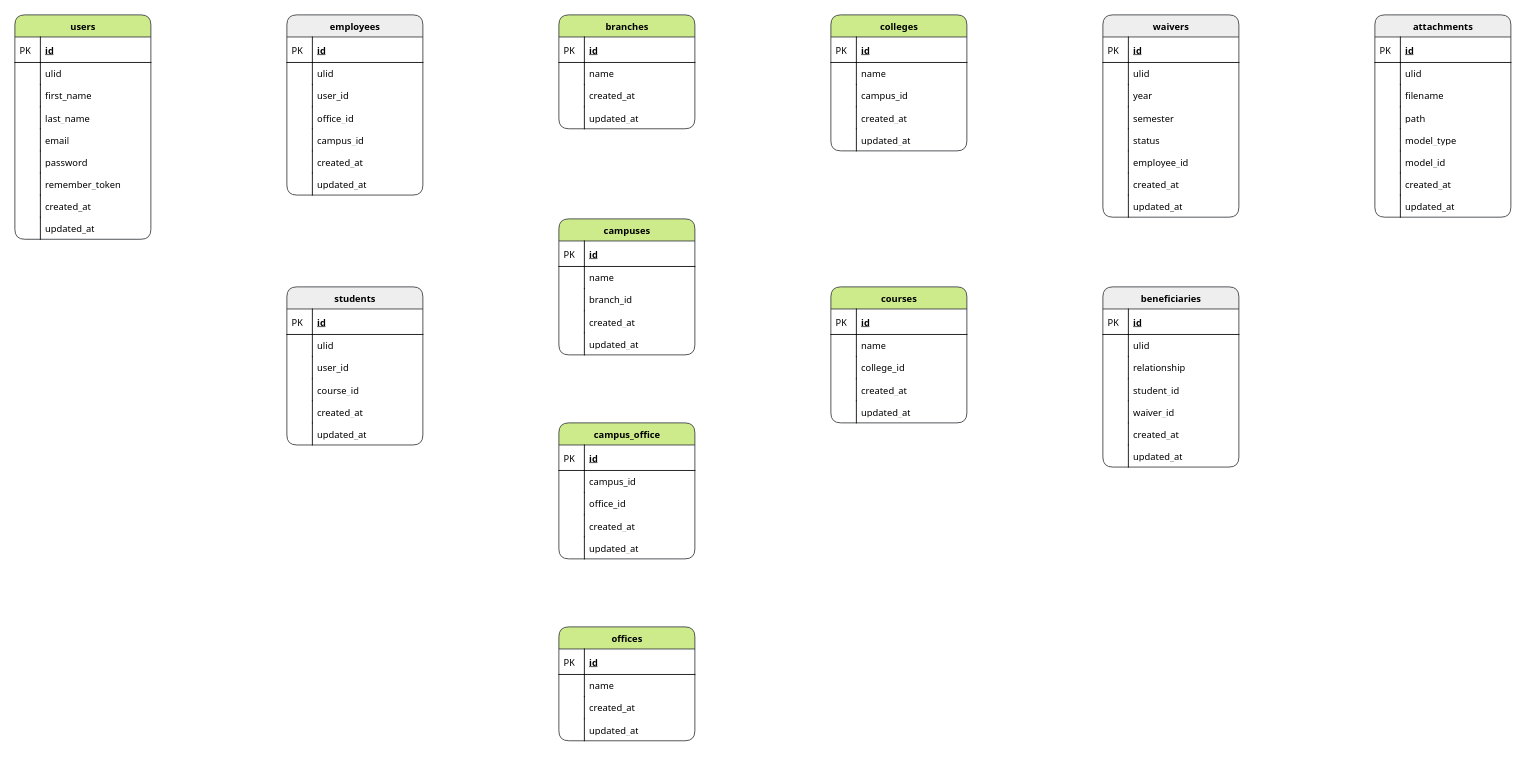
Above: database/schema.drawio in ericamigo/um-vilt (draw.io), before the change. Source tidied: cells renumbered, new cells numbered last; positions are measured from the earlier drawing's top-left corner, leaving out a move shared by most shapes. Both pictures are drawn from the tidied source at 85%, with x=0, y=0 at pixel (14, 14).
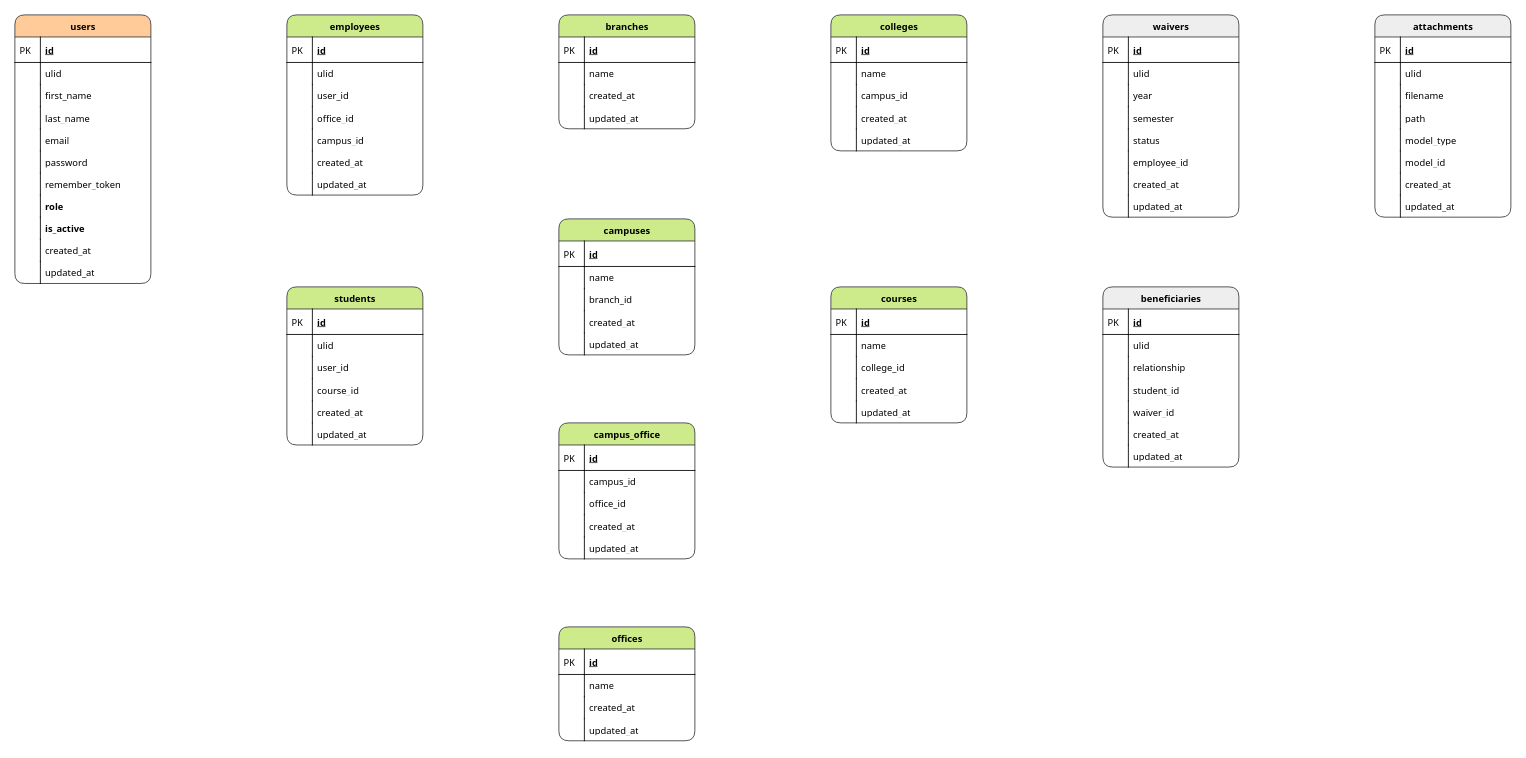
Above is the later version.

What changed in the source:
```diff
@@
-    <mxCell id="2" value="users" style="swimlane;html=1;fontStyle=1;horizontal=1;startSize=26;fillColor=#cdeb8b;swimlaneFillColor=#ffffff;align=center;rounded=1;shadow=0;comic=0;labelBackgroundColor=none;strokeWidth=1;fontFamily=Tahoma;fontSize=11;strokeColor=#36393d;" parent="1" vertex="1">
-      <mxGeometry width="160" height="264" as="geometry" />
+    <mxCell id="2" value="users" style="swimlane;html=1;fontStyle=1;horizontal=1;startSize=26;fillColor=#ffcc99;swimlaneFillColor=#ffffff;align=center;rounded=1;shadow=0;comic=0;labelBackgroundColor=none;strokeWidth=1;fontFamily=Tahoma;fontSize=11;strokeColor=#36393d;" parent="1" vertex="1">
+      <mxGeometry width="160" height="316" as="geometry" />
     </mxCell>
@@
+    <mxCell id="160" value="role" style="shape=partialRectangle;top=0;left=0;right=0;bottom=0;html=1;align=left;verticalAlign=top;fillColor=none;spacingLeft=34;spacingRight=4;whiteSpace=wrap;overflow=hidden;fontFamily=Tahoma;fontSize=11;fontStyle=1;" parent="2" vertex="1">
+      <mxGeometry y="212" width="160" height="26" as="geometry" />
+    </mxCell>
+    <mxCell id="161" style="shape=partialRectangle;top=0;left=0;bottom=0;html=1;fillColor=none;align=left;verticalAlign=top;spacingLeft=4;spacingRight=4;whiteSpace=wrap;overflow=hidden;fontFamily=Tahoma;fontSize=11;" parent="160" vertex="1">
+      <mxGeometry width="30" height="26" as="geometry" />
+    </mxCell>
+    <mxCell id="162" value="is_active" style="shape=partialRectangle;top=0;left=0;right=0;bottom=0;html=1;align=left;verticalAlign=top;fillColor=none;spacingLeft=34;spacingRight=4;whiteSpace=wrap;overflow=hidden;fontFamily=Tahoma;fontSize=11;fontStyle=1;" parent="2" vertex="1">
+      <mxGeometry y="238" width="160" height="26" as="geometry" />
+    </mxCell>
+    <mxCell id="163" style="shape=partialRectangle;top=0;left=0;bottom=0;html=1;fillColor=none;align=left;verticalAlign=top;spacingLeft=4;spacingRight=4;whiteSpace=wrap;overflow=hidden;fontFamily=Tahoma;fontSize=11;" parent="162" vertex="1">
+      <mxGeometry width="30" height="26" as="geometry" />
+    </mxCell>
     <mxCell id="17" value="created_at" style="shape=partialRectangle;top=0;left=0;right=0;bottom=0;html=1;align=left;verticalAlign=top;fillColor=none;spacingLeft=34;spacingRight=4;whiteSpace=wrap;overflow=hidden;fontFamily=Tahoma;fontSize=11;" parent="2" vertex="1">
-      <mxGeometry y="212" width="160" height="26" as="geometry" />
+      <mxGeometry y="264" width="160" height="26" as="geometry" />
     </mxCell>
@@
     <mxCell id="19" value="updated_at" style="shape=partialRectangle;top=0;left=0;right=0;bottom=0;html=1;align=left;verticalAlign=top;fillColor=none;spacingLeft=34;spacingRight=4;whiteSpace=wrap;overflow=hidden;fontFamily=Tahoma;fontSize=11;" parent="2" vertex="1">
-      <mxGeometry y="238" width="160" height="26" as="geometry" />
+      <mxGeometry y="290" width="160" height="26" as="geometry" />
     </mxCell>
@@
-    <mxCell id="21" value="employees" style="swimlane;html=1;fontStyle=1;horizontal=1;startSize=26;fillColor=#eeeeee;swimlaneFillColor=#ffffff;align=center;rounded=1;shadow=0;comic=0;labelBackgroundColor=none;strokeWidth=1;fontFamily=Tahoma;fontSize=11;strokeColor=#36393d;" parent="1" vertex="1">
+    <mxCell id="21" value="employees" style="swimlane;html=1;fontStyle=1;horizontal=1;startSize=26;fillColor=#cdeb8b;swimlaneFillColor=#ffffff;align=center;rounded=1;shadow=0;comic=0;labelBackgroundColor=none;strokeWidth=1;fontFamily=Tahoma;fontSize=11;strokeColor=#36393d;" parent="1" vertex="1">
       <mxGeometry x="320" width="160" height="212" as="geometry" />
     </mxCell>
@@
-    <mxCell id="36" value="students" style="swimlane;html=1;fontStyle=1;horizontal=1;startSize=26;fillColor=#eeeeee;swimlaneFillColor=#ffffff;align=center;rounded=1;shadow=0;comic=0;labelBackgroundColor=none;strokeWidth=1;fontFamily=Tahoma;fontSize=11;strokeColor=#36393d;" parent="1" vertex="1">
+    <mxCell id="36" value="students" style="swimlane;html=1;fontStyle=1;horizontal=1;startSize=26;fillColor=#cdeb8b;swimlaneFillColor=#ffffff;align=center;rounded=1;shadow=0;comic=0;labelBackgroundColor=none;strokeWidth=1;fontFamily=Tahoma;fontSize=11;strokeColor=#36393d;" parent="1" vertex="1">
       <mxGeometry x="320" y="320" width="160" height="186" as="geometry" />
     </mxCell>
```
